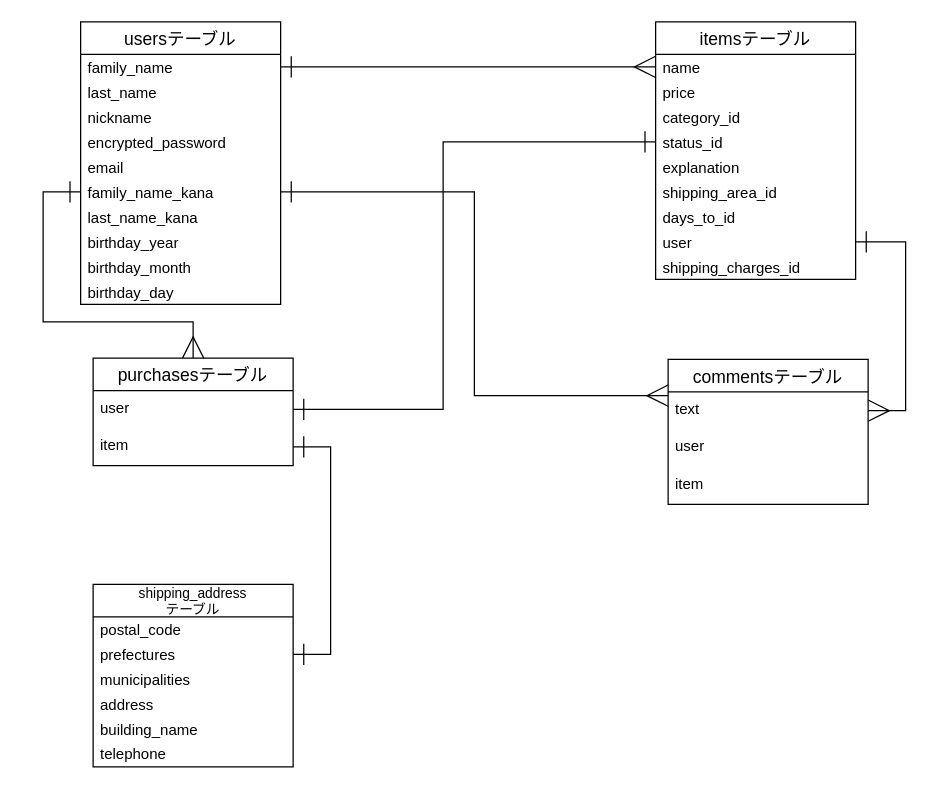
Above: furima.dio in inouekimi/furima-36328 (draw.io), before the change. Source tidied: cells renumbered, new cells numbered last; positions are measured from the earlier drawing's top-left corner, leaving out a move shared by most shapes. Both pictures are drawn from the tidied source at 125%, with x=0, y=0 at pixel (42, 21).
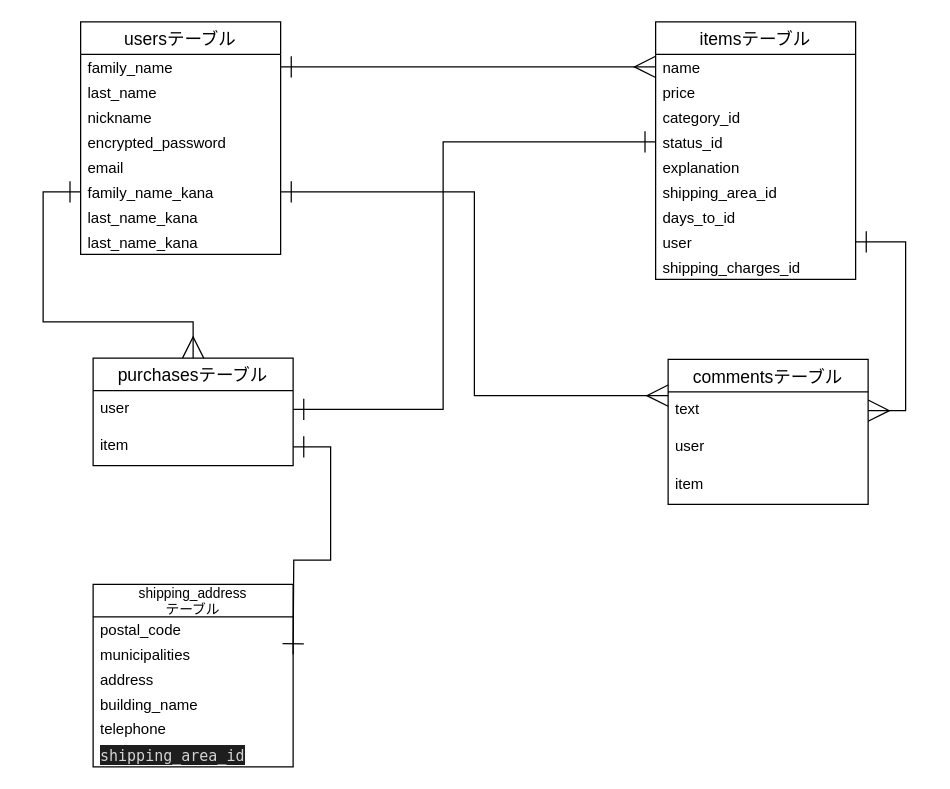
Above is the later version.

Commit message (it also covers changes not shown here):
テーブル設計の修正の修正

The change refers to these unchanged cells:
```xml
<mxCell id="25" value="item" style="text;strokeColor=none;fillColor=none;spacingLeft=4;spacingRight=4;overflow=hidden;points=[[0,0.5],[1,0.5]];portConstraint=eastwest;fontSize=12;" parent="23" vertex="1">
  <mxGeometry y="56" width="160" height="30" as="geometry" />
</mxCell>
<mxCell id="30" value="shipping_address&#10;テーブル" style="swimlane;fontStyle=0;horizontal=1;startSize=26;align=center;fontSize=11;" parent="1" vertex="1">
  <mxGeometry x="40" y="450" width="160" height="146" as="geometry" />
</mxCell>
```

What changed in the source:
```diff
@@
     <mxCell id="2" value="usersテーブル" style="swimlane;fontStyle=0;horizontal=1;startSize=26;align=center;fontSize=14;" parent="1" vertex="1">
-      <mxGeometry x="30" width="160" height="226" as="geometry" />
+      <mxGeometry x="30" width="160" height="186" as="geometry" />
     </mxCell>
@@
-    <mxCell id="10" value="birthday_year" style="text;strokeColor=none;fillColor=none;spacingLeft=4;spacingRight=4;overflow=hidden;fontSize=12;verticalAlign=middle;" parent="2" vertex="1">
-      <mxGeometry y="166" width="160" height="20" as="geometry" />
-    </mxCell>
-    <mxCell id="11" value="birthday_month" style="text;strokeColor=none;fillColor=none;spacingLeft=4;spacingRight=4;overflow=hidden;fontSize=12;verticalAlign=middle;" parent="2" vertex="1">
-      <mxGeometry y="186" width="160" height="20" as="geometry" />
-    </mxCell>
-    <mxCell id="12" value="birthday_day" style="text;strokeColor=none;fillColor=none;spacingLeft=4;spacingRight=4;overflow=hidden;fontSize=12;verticalAlign=middle;" parent="2" vertex="1">
-      <mxGeometry y="206" width="160" height="20" as="geometry" />
-    </mxCell>
+    <mxCell id="43" value="last_name_kana" style="text;strokeColor=none;fillColor=none;spacingLeft=4;spacingRight=4;overflow=hidden;fontSize=12;verticalAlign=middle;" parent="2" vertex="1">
+      <mxGeometry y="166" width="160" height="20" as="geometry" />
+    </mxCell>
@@
-    <mxCell id="32" value="prefectures" style="text;strokeColor=none;fillColor=none;spacingLeft=4;spacingRight=4;overflow=hidden;points=[[0,0.5],[1,0.5]];portConstraint=eastwest;fontSize=12;verticalAlign=middle;" parent="30" vertex="1">
-      <mxGeometry y="46" width="160" height="20" as="geometry" />
-    </mxCell>
     <mxCell id="33" value="municipalities" style="text;strokeColor=none;fillColor=none;spacingLeft=4;spacingRight=4;overflow=hidden;fontSize=12;verticalAlign=middle;" parent="30" vertex="1">
-      <mxGeometry y="66" width="160" height="20" as="geometry" />
+      <mxGeometry y="46" width="160" height="20" as="geometry" />
     </mxCell>
     <mxCell id="34" value="address" style="text;strokeColor=none;fillColor=none;spacingLeft=4;spacingRight=4;overflow=hidden;fontSize=12;verticalAlign=middle;" parent="30" vertex="1">
-      <mxGeometry y="86" width="160" height="20" as="geometry" />
+      <mxGeometry y="66" width="160" height="20" as="geometry" />
     </mxCell>
     <mxCell id="35" value="building_name" style="text;strokeColor=none;fillColor=none;spacingLeft=4;spacingRight=4;overflow=hidden;fontSize=12;verticalAlign=middle;" parent="30" vertex="1">
-      <mxGeometry y="106" width="160" height="20" as="geometry" />
+      <mxGeometry y="86" width="160" height="20" as="geometry" />
     </mxCell>
     <mxCell id="36" value="telephone" style="text;strokeColor=none;fillColor=none;spacingLeft=4;spacingRight=4;overflow=hidden;fontSize=12;verticalAlign=middle;html=1;" parent="30" vertex="1">
-      <mxGeometry y="126" width="160" height="20" as="geometry" />
+      <mxGeometry y="106" width="160" height="20" as="geometry" />
     </mxCell>
+    <mxCell id="44" value="&lt;div style=&quot;color: rgb(212 , 212 , 212) ; background-color: rgb(30 , 30 , 30) ; font-family: &amp;#34;menlo&amp;#34; , &amp;#34;monaco&amp;#34; , &amp;#34;courier new&amp;#34; , monospace ; line-height: 18px&quot;&gt;shipping_area_id&lt;/div&gt;" style="text;strokeColor=none;fillColor=none;spacingLeft=4;spacingRight=4;overflow=hidden;fontSize=12;verticalAlign=middle;html=1;" parent="30" vertex="1">
+      <mxGeometry y="126" width="160" height="20" as="geometry" />
+    </mxCell>
@@
-    <mxCell id="41" style="edgeStyle=orthogonalEdgeStyle;rounded=0;jettySize=auto;html=1;exitX=1;exitY=0.5;exitDx=0;exitDy=0;entryX=1;entryY=0.5;entryDx=0;entryDy=0;fontSize=15;startArrow=ERone;startFill=0;endArrow=ERone;endFill=0;startSize=15;endSize=15;sourcePerimeterSpacing=0;strokeWidth=1;" parent="1" edge="1" source="25" target="32">
-      <mxGeometry relative="1" as="geometry" />
+    <mxCell id="41" style="edgeStyle=orthogonalEdgeStyle;rounded=0;jettySize=auto;html=1;exitX=1;exitY=0.5;exitDx=0;exitDy=0;entryX=1;entryY=0.5;entryDx=0;entryDy=0;fontSize=15;startArrow=ERone;startFill=0;endArrow=ERone;endFill=0;startSize=15;endSize=15;sourcePerimeterSpacing=0;strokeWidth=1;" parent="1" edge="1" source="25">
+      <mxGeometry relative="1" as="geometry">
+        <mxPoint x="200" y="506" as="targetPoint" />
+      </mxGeometry>
     </mxCell>
```
